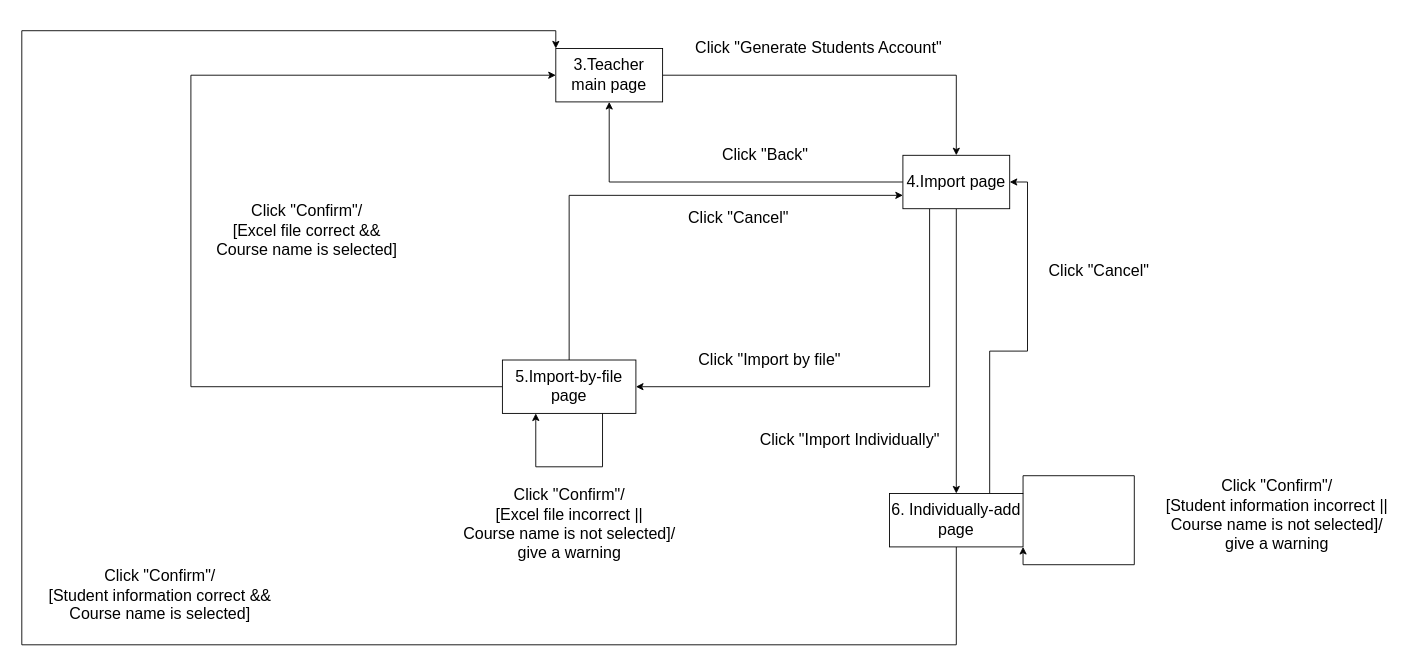
Before: Documents/Specifications/Diagrams/3.2_ImportStudentInfo.drawio in ShyScott/Air, a draw.io diagram. Source tidied: cells renumbered, new cells numbered last; positions are measured from the earlier drawing's top-left corner, leaving out a move shared by most shapes. Both pictures are drawn from the tidied source at 89%, with x=0, y=0 at pixel (21, 30).
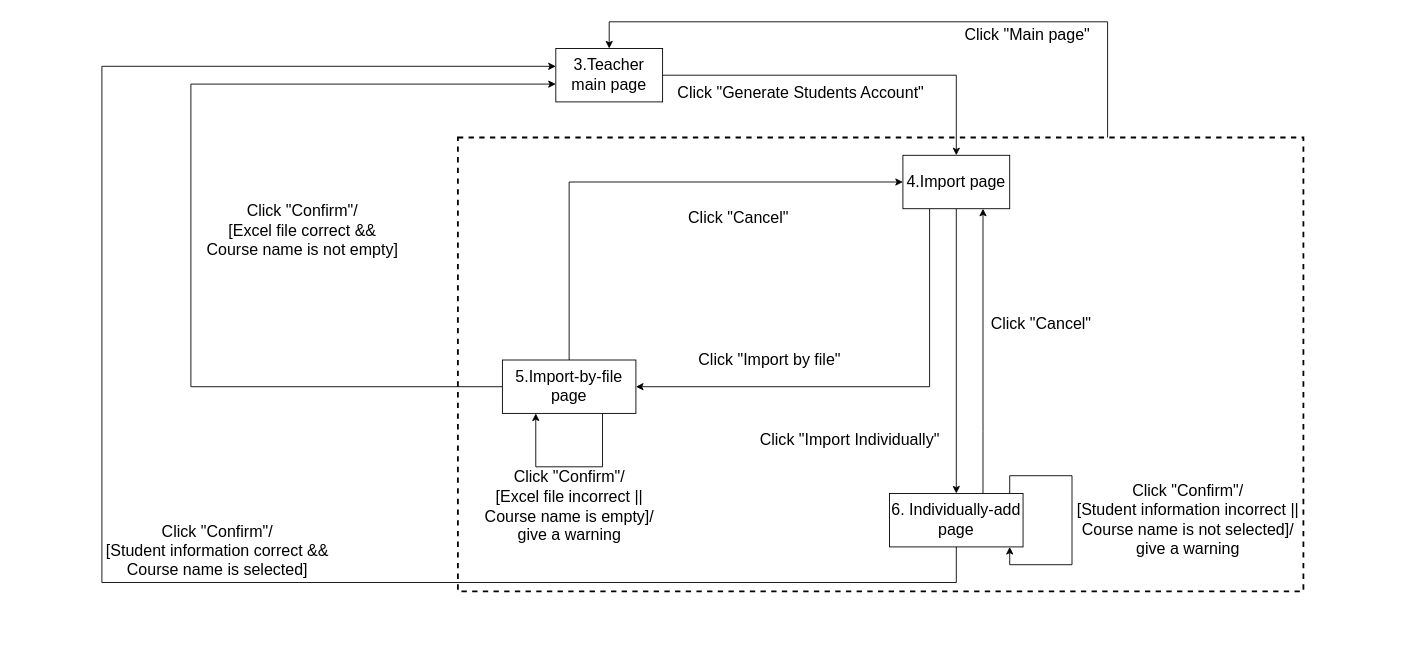
The same diagram, later.

The change refers to these unchanged cells:
```xml
<mxCell id="3" value="&lt;font style=&quot;font-size: 18px&quot;&gt;3.Teacher main page&lt;/font&gt;" style="rounded=0;whiteSpace=wrap;html=1;" parent="1" vertex="1">
  <mxGeometry x="600" y="20" width="120" height="60" as="geometry" />
</mxCell>
<mxCell id="9" value="&lt;font style=&quot;font-size: 18px&quot;&gt;4.Import page&lt;/font&gt;" style="rounded=0;whiteSpace=wrap;html=1;" parent="1" vertex="1">
  <mxGeometry x="990" y="140" width="120" height="60" as="geometry" />
</mxCell>
<mxCell id="14" value="&lt;font style=&quot;font-size: 18px&quot;&gt;5.Import-by-file page&lt;/font&gt;" style="rounded=0;whiteSpace=wrap;html=1;" parent="1" vertex="1">
  <mxGeometry x="540" y="370" width="150" height="60" as="geometry" />
</mxCell>
<mxCell id="18" value="&lt;font style=&quot;font-size: 18px&quot;&gt;6. Individually-add page&lt;/font&gt;" style="rounded=0;whiteSpace=wrap;html=1;" parent="1" vertex="1">
  <mxGeometry x="975" y="520" width="150" height="60" as="geometry" />
</mxCell>
```

Change to the diagram source:
```diff
@@
+    <mxCell id="26" style="edgeStyle=orthogonalEdgeStyle;rounded=0;jettySize=auto;html=1;entryX=0.5;entryY=0;entryDx=0;entryDy=0;" parent="1" edge="1" source="27" target="3">
+      <mxGeometry relative="1" as="geometry">
+        <Array as="points">
+          <mxPoint x="1220" y="-10" />
+          <mxPoint x="660" y="-10" />
+        </Array>
+      </mxGeometry>
+    </mxCell>
+    <mxCell id="27" style="rounded=0;whiteSpace=wrap;html=1;fillColor=none;dashed=1;strokeWidth=2;" parent="1" vertex="1">
+      <mxGeometry x="490" y="120" width="950" height="510" as="geometry" />
+    </mxCell>
@@
-    <mxCell id="4" style="edgeStyle=orthogonalEdgeStyle;rounded=0;jettySize=auto;html=1;entryX=0.5;entryY=1;entryDx=0;entryDy=0;exitX=0;exitY=0.5;exitDx=0;exitDy=0;" parent="1" edge="1" source="9" target="3">
-      <mxGeometry relative="1" as="geometry" />
-    </mxCell>
     <mxCell id="5" value="&lt;font size=&quot;4&quot;&gt;Click &quot;Generate Students Account&quot;&lt;/font&gt;" style="text;html=1;align=center;verticalAlign=middle;fillColor=none;strokeColor=none;rounded=0;" parent="1" vertex="1">
-      <mxGeometry x="750" y="10" width="290" height="20" as="geometry" />
+      <mxGeometry x="730" y="60" width="290" height="20" as="geometry" />
     </mxCell>
-    <mxCell id="6" value="&lt;font size=&quot;4&quot;&gt;Click &quot;Back&quot;&lt;/font&gt;" style="text;html=1;align=center;verticalAlign=middle;fillColor=none;strokeColor=none;rounded=0;" parent="1" vertex="1">
-      <mxGeometry x="780" y="130" width="110" height="20" as="geometry" />
-    </mxCell>
@@
-    <mxCell id="10" value="&lt;font size=&quot;4&quot;&gt;Click &quot;Confirm&quot;/&lt;br&gt;[Excel file correct &amp;amp;&amp;amp;&lt;br&gt;Course name is selected]&lt;br&gt;&lt;/font&gt;" style="text;html=1;align=center;verticalAlign=middle;fillColor=none;strokeColor=none;rounded=0;" parent="1" vertex="1">
-      <mxGeometry x="210" y="200" width="220" height="50" as="geometry" />
+    <mxCell id="10" value="&lt;font size=&quot;4&quot;&gt;Click &quot;Confirm&quot;/&lt;br&gt;[Excel file correct &amp;amp;&amp;amp;&lt;br&gt;Course name is not empty]&lt;br&gt;&lt;/font&gt;" style="text;html=1;align=center;verticalAlign=middle;fillColor=none;strokeColor=none;rounded=0;" parent="1" vertex="1">
+      <mxGeometry x="200" y="200" width="230" height="50" as="geometry" />
     </mxCell>
-    <mxCell id="11" value="&lt;font size=&quot;4&quot;&gt;Click &quot;Confirm&quot;/&lt;br&gt;[Excel file incorrect&amp;nbsp;||&lt;br&gt;Course name is not selected]/&lt;br&gt;give a warning&lt;br&gt;&lt;/font&gt;" style="text;html=1;align=center;verticalAlign=middle;fillColor=none;strokeColor=none;rounded=0;" parent="1" vertex="1">
-      <mxGeometry x="490" y="520" width="250" height="70" as="geometry" />
+    <mxCell id="11" value="&lt;font size=&quot;4&quot;&gt;Click &quot;Confirm&quot;/&lt;br&gt;[Excel file incorrect&amp;nbsp;||&lt;br&gt;Course name is empty]/&lt;br&gt;give a warning&lt;br&gt;&lt;/font&gt;" style="text;html=1;align=center;verticalAlign=middle;fillColor=none;strokeColor=none;rounded=0;" parent="1" vertex="1">
+      <mxGeometry x="510" y="500" width="210" height="70" as="geometry" />
     </mxCell>
-    <mxCell id="12" style="edgeStyle=orthogonalEdgeStyle;rounded=0;jettySize=auto;html=1;entryX=0;entryY=0.5;entryDx=0;entryDy=0;exitX=0;exitY=0.5;exitDx=0;exitDy=0;" parent="1" edge="1" source="14" target="3">
+    <mxCell id="12" style="edgeStyle=orthogonalEdgeStyle;rounded=0;jettySize=auto;html=1;exitX=0;exitY=0.5;exitDx=0;exitDy=0;" parent="1" edge="1" source="14" target="3">
       <mxGeometry relative="1" as="geometry">
         <Array as="points">
           <mxPoint x="190" y="400" />
-          <mxPoint x="190" y="50" />
+          <mxPoint x="190" y="60" />
         </Array>
       </mxGeometry>
     </mxCell>
-    <mxCell id="13" style="edgeStyle=orthogonalEdgeStyle;rounded=0;jettySize=auto;html=1;exitX=0.5;exitY=0;exitDx=0;exitDy=0;entryX=0;entryY=0.75;entryDx=0;entryDy=0;" parent="1" edge="1" source="14" target="9">
-      <mxGeometry relative="1" as="geometry" />
+    <mxCell id="13" style="edgeStyle=orthogonalEdgeStyle;rounded=0;jettySize=auto;html=1;exitX=0.5;exitY=0;exitDx=0;exitDy=0;" parent="1" edge="1" source="14" target="9">
+      <mxGeometry relative="1" as="geometry">
+        <Array as="points">
+          <mxPoint x="615" y="170" />
+        </Array>
+      </mxGeometry>
     </mxCell>
@@
-    <mxCell id="16" style="edgeStyle=orthogonalEdgeStyle;rounded=0;jettySize=auto;html=1;exitX=0.5;exitY=1;exitDx=0;exitDy=0;entryX=0;entryY=0;entryDx=0;entryDy=0;" parent="1" edge="1" source="18" target="3">
+    <mxCell id="16" style="edgeStyle=orthogonalEdgeStyle;rounded=0;jettySize=auto;html=1;exitX=0.5;exitY=1;exitDx=0;exitDy=0;" parent="1" edge="1" source="18" target="3">
       <mxGeometry relative="1" as="geometry">
         <Array as="points">
-          <mxPoint x="1050" y="690" />
-          <mxPoint y="690" />
-          <mxPoint />
-          <mxPoint x="600" />
+          <mxPoint x="1050" y="620" />
+          <mxPoint x="90" y="620" />
+          <mxPoint x="90" y="40" />
         </Array>
       </mxGeometry>
     </mxCell>
-    <mxCell id="17" style="edgeStyle=orthogonalEdgeStyle;rounded=0;jettySize=auto;html=1;exitX=0.75;exitY=0;exitDx=0;exitDy=0;entryX=1;entryY=0.5;entryDx=0;entryDy=0;" parent="1" edge="1" source="18" target="9">
-      <mxGeometry relative="1" as="geometry" />
+    <mxCell id="17" style="edgeStyle=orthogonalEdgeStyle;rounded=0;jettySize=auto;html=1;entryX=0.75;entryY=1;entryDx=0;entryDy=0;" parent="1" edge="1" source="18" target="9">
+      <mxGeometry relative="1" as="geometry">
+        <Array as="points">
+          <mxPoint x="1080" y="450" />
+          <mxPoint x="1080" y="450" />
+        </Array>
+      </mxGeometry>
     </mxCell>
@@
-    <mxCell id="21" style="edgeStyle=orthogonalEdgeStyle;rounded=0;orthogonalLoop=1;jettySize=auto;html=1;exitX=1;exitY=0;exitDx=0;exitDy=0;entryX=1;entryY=1;entryDx=0;entryDy=0;" parent="1" edge="1" source="18" target="18">
+    <mxCell id="21" style="edgeStyle=orthogonalEdgeStyle;rounded=0;orthogonalLoop=1;jettySize=auto;html=1;" parent="1" edge="1" source="18" target="18">
       <mxGeometry relative="1" as="geometry">
         <Array as="points">
-          <mxPoint x="1125" y="500" />
-          <mxPoint x="1250" y="500" />
-          <mxPoint x="1250" y="600" />
-          <mxPoint x="1125" y="600" />
+          <mxPoint x="1110" y="500" />
+          <mxPoint x="1180" y="500" />
+          <mxPoint x="1180" y="600" />
+          <mxPoint x="1110" y="600" />
         </Array>
       </mxGeometry>
     </mxCell>
     <mxCell id="22" value="&lt;font size=&quot;4&quot;&gt;Click &quot;Confirm&quot;/&lt;br&gt;[Student information incorrect ||&lt;br&gt;Course name is not selected]/&lt;br&gt;give a warning&lt;br&gt;&lt;/font&gt;" style="text;html=1;align=center;verticalAlign=middle;fillColor=none;strokeColor=none;rounded=0;" parent="1" vertex="1">
-      <mxGeometry x="1280" y="510" width="260" height="70" as="geometry" />
+      <mxGeometry x="1180" y="515" width="260" height="70" as="geometry" />
     </mxCell>
-    <mxCell id="23" value="&lt;font size=&quot;4&quot;&gt;Click &quot;Confirm&quot;/&lt;br&gt;[Student information correct&amp;nbsp;&amp;amp;&amp;amp;&lt;br&gt;Course name is selected]&lt;br&gt;&lt;/font&gt;" style="text;html=1;align=center;verticalAlign=middle;fillColor=none;strokeColor=none;rounded=0;" parent="1" vertex="1">
-      <mxGeometry x="20" y="610" width="270" height="50" as="geometry" />
-    </mxCell>
@@
     <mxCell id="25" value="&lt;font size=&quot;4&quot;&gt;Click &quot;Cancel&quot;&lt;/font&gt;" style="text;html=1;align=center;verticalAlign=middle;fillColor=none;strokeColor=none;rounded=0;" parent="1" vertex="1">
-      <mxGeometry x="1145" y="260" width="130" height="20" as="geometry" />
+      <mxGeometry x="1080" y="320" width="130" height="20" as="geometry" />
     </mxCell>
+    <mxCell id="23" value="&lt;span style=&quot;font-size: large ; white-space: nowrap&quot;&gt;Click &quot;Confirm&quot;/&lt;br&gt;&lt;/span&gt;&lt;span style=&quot;font-size: large ; white-space: nowrap&quot;&gt;[Student information correct&amp;nbsp;&amp;amp;&amp;amp;&lt;br&gt;&lt;/span&gt;&lt;span style=&quot;font-size: large ; white-space: nowrap&quot;&gt;Course name is selected]&lt;/span&gt;" style="text;html=1;strokeColor=none;fillColor=none;align=center;verticalAlign=middle;whiteSpace=wrap;rounded=0;" parent="1" vertex="1">
+      <mxGeometry x="90" y="550" width="260" height="70" as="geometry" />
+    </mxCell>
+    <mxCell id="28" value="&lt;font style=&quot;font-size: 18px&quot;&gt;Click &quot;Main page&quot;&lt;/font&gt;" style="text;html=1;strokeColor=none;fillColor=none;align=center;verticalAlign=middle;whiteSpace=wrap;rounded=0;dashed=1;" parent="1" vertex="1">
+      <mxGeometry x="1040" y="-10" width="180" height="30" as="geometry" />
+    </mxCell>
```
